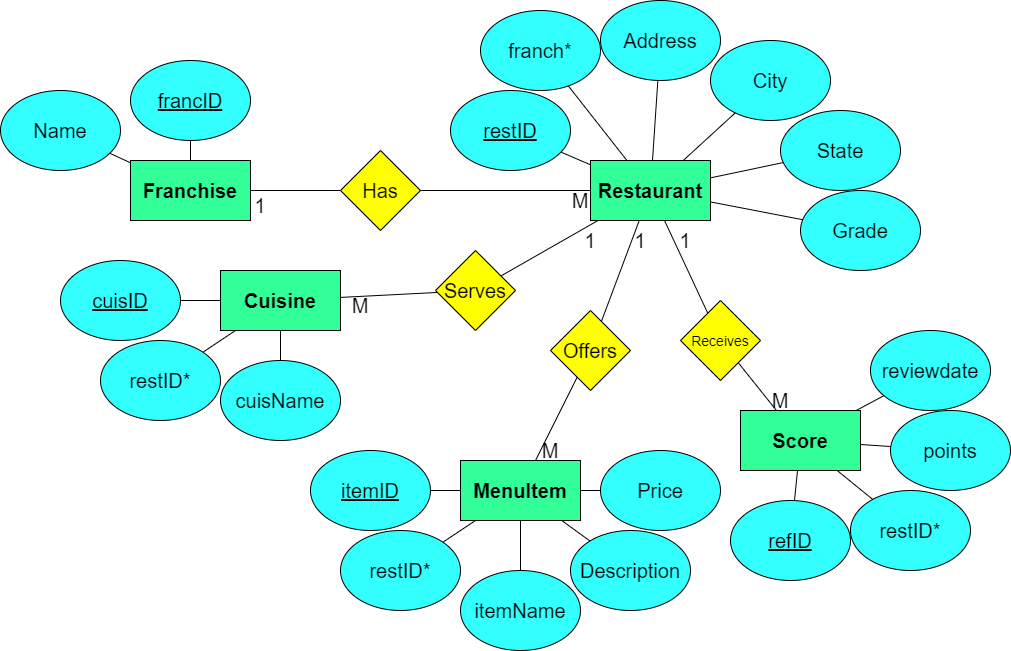
221024-NET/AkhilB keeps this draw.io diagram as 221024_batch/w9/2022_12_19_SQL/restaurants_erd.png. Above is the earlier version. Source tidied: cells renumbered, new cells last; positions are measured from the earlier drawing's top-left corner, leaving out a move shared by most shapes.
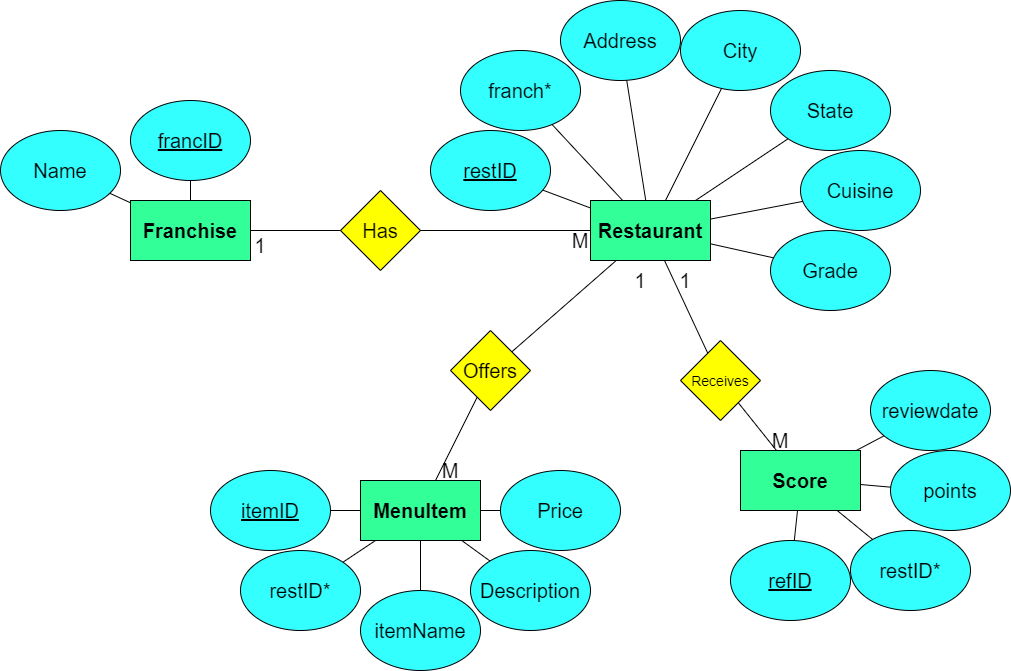
The same diagram one commit later.

The edit, as a diff of the source:
```diff
@@ -51,7 +51,7 @@
       <mxGeometry x="570" y="190" width="20" height="20" as="geometry" />
     </mxCell>
     <mxCell id="18" style="group;" parent="1" vertex="1">
-      <mxGeometry x="450" y="90" width="120" height="80" as="geometry" />
+      <mxGeometry x="430" y="90" width="120" height="80" as="geometry" />
     </mxCell>
     <mxCell id="19" style="ellipse;whiteSpace=wrap;html=1;fontSize=20;fillColor=#33FFFF;" parent="18" vertex="1">
       <mxGeometry width="120" height="80" as="geometry" />
@@ -60,7 +60,7 @@
       <mxGeometry x="10" y="20" width="100" height="40" as="geometry" />
     </mxCell>
     <mxCell id="21" style="group;" parent="1" vertex="1">
-      <mxGeometry x="480" y="10" width="120" height="80" as="geometry" />
+      <mxGeometry x="460" y="10" width="120" height="80" as="geometry" />
     </mxCell>
     <mxCell id="22" style="ellipse;whiteSpace=wrap;html=1;fontSize=20;fillColor=#33FFFF;" parent="21" vertex="1">
       <mxGeometry width="120" height="80" as="geometry" />
@@ -69,7 +69,7 @@
       <mxGeometry x="10" y="20" width="100" height="40" as="geometry" />
     </mxCell>
     <mxCell id="24" style="group;" parent="1" vertex="1">
-      <mxGeometry x="600" width="120" height="80" as="geometry" />
+      <mxGeometry x="560" y="-40" width="120" height="80" as="geometry" />
     </mxCell>
     <mxCell id="25" style="ellipse;whiteSpace=wrap;html=1;fontSize=20;fillColor=#33FFFF;" parent="24" vertex="1">
       <mxGeometry width="120" height="80" as="geometry" />
@@ -78,7 +78,7 @@
       <mxGeometry x="10" y="20" width="100" height="40" as="geometry" />
     </mxCell>
     <mxCell id="27" style="group;" parent="1" vertex="1">
-      <mxGeometry x="710" y="40" width="120" height="80" as="geometry" />
+      <mxGeometry x="680" y="-30" width="120" height="80" as="geometry" />
     </mxCell>
     <mxCell id="28" style="ellipse;whiteSpace=wrap;html=1;fontSize=20;fillColor=#33FFFF;" parent="27" vertex="1">
       <mxGeometry width="120" height="80" as="geometry" />
@@ -87,7 +87,7 @@
       <mxGeometry x="10" y="20" width="100" height="40" as="geometry" />
     </mxCell>
     <mxCell id="30" style="group;" parent="1" vertex="1">
-      <mxGeometry x="780" y="110" width="120" height="80" as="geometry" />
+      <mxGeometry x="770" y="30" width="120" height="80" as="geometry" />
     </mxCell>
     <mxCell id="31" style="ellipse;whiteSpace=wrap;html=1;fontSize=20;fillColor=#33FFFF;" parent="30" vertex="1">
       <mxGeometry width="120" height="80" as="geometry" />
@@ -96,7 +96,7 @@
       <mxGeometry x="10" y="20" width="100" height="40" as="geometry" />
     </mxCell>
     <mxCell id="33" style="group;" parent="1" vertex="1">
-      <mxGeometry x="800" y="190" width="120" height="80" as="geometry" />
+      <mxGeometry x="770" y="190" width="120" height="80" as="geometry" />
     </mxCell>
     <mxCell id="34" style="ellipse;whiteSpace=wrap;html=1;fontSize=20;fillColor=#33FFFF;" parent="33" vertex="1">
       <mxGeometry width="120" height="80" as="geometry" />
@@ -128,74 +128,8 @@
     <mxCell id="43" style="endArrow=none;html=1;rounded=0;fontSize=20;" parent="1" edge="1" source="3" target="6">
       <mxGeometry relative="1" as="geometry" />
     </mxCell>
-    <mxCell id="44" style="group;" parent="1" vertex="1">
-      <mxGeometry x="220" y="270" width="120" height="60" as="geometry" />
-    </mxCell>
-    <mxCell id="45" style="rounded=0;whiteSpace=wrap;html=1;" parent="44" vertex="1">
-      <mxGeometry width="120" height="60" as="geometry" />
-    </mxCell>
-    <mxCell id="46" value="&lt;b&gt;&lt;font style=&quot;font-size: 20px;&quot;&gt;Cuisine&lt;/font&gt;&lt;/b&gt;" style="text;html=1;strokeColor=none;fillColor=none;align=center;verticalAlign=middle;whiteSpace=wrap;rounded=0;" parent="44" vertex="1">
-      <mxGeometry x="10" y="10" width="100" height="40" as="geometry" />
-    </mxCell>
-    <mxCell id="47" style="group;" parent="1" vertex="1">
-      <mxGeometry x="435" y="250" width="80" height="80" as="geometry" />
-    </mxCell>
-    <mxCell id="48" style="rhombus;whiteSpace=wrap;html=1;fontSize=20;fillColor=#FFFF00;" parent="47" vertex="1">
-      <mxGeometry width="80" height="80" as="geometry" />
-    </mxCell>
-    <mxCell id="49" value="Serves" style="text;html=1;strokeColor=none;fillColor=none;align=center;verticalAlign=middle;whiteSpace=wrap;rounded=0;fontSize=20;" parent="47" vertex="1">
-      <mxGeometry x="10" y="25" width="60" height="30" as="geometry" />
-    </mxCell>
-    <mxCell id="50" style="endArrow=none;html=1;rounded=0;fontSize=20;" parent="1" edge="1" source="48" target="119">
-      <mxGeometry relative="1" as="geometry" />
-    </mxCell>
-    <mxCell id="51" style="endArrow=none;html=1;rounded=0;fontSize=20;" parent="1" edge="1" source="45" target="48">
-      <mxGeometry relative="1" as="geometry" />
-    </mxCell>
-    <mxCell id="52" value="1" style="text;html=1;strokeColor=none;fillColor=none;align=center;verticalAlign=middle;whiteSpace=wrap;rounded=0;fontSize=20;" parent="1" vertex="1">
-      <mxGeometry x="580" y="230" width="20" height="20" as="geometry" />
-    </mxCell>
-    <mxCell id="53" value="M" style="text;html=1;strokeColor=none;fillColor=none;align=center;verticalAlign=middle;whiteSpace=wrap;rounded=0;fontSize=20;" parent="1" vertex="1">
-      <mxGeometry x="350" y="290" width="20" height="30" as="geometry" />
-    </mxCell>
-    <mxCell id="54" style="group;fillColor=default;" parent="1" vertex="1">
-      <mxGeometry x="60" y="260" width="120" height="80" as="geometry" />
-    </mxCell>
-    <mxCell id="55" style="ellipse;whiteSpace=wrap;html=1;fontSize=20;fillColor=#33FFFF;" parent="54" vertex="1">
-      <mxGeometry width="120" height="80" as="geometry" />
-    </mxCell>
-    <mxCell id="56" value="&lt;u&gt;cuisID&lt;/u&gt;" style="text;html=1;strokeColor=none;fillColor=none;align=center;verticalAlign=middle;whiteSpace=wrap;rounded=0;fontSize=20;" parent="54" vertex="1">
-      <mxGeometry x="10" y="20" width="100" height="40" as="geometry" />
-    </mxCell>
-    <mxCell id="57" style="group;" parent="1" vertex="1">
-      <mxGeometry x="220" y="360" width="120" height="80" as="geometry" />
-    </mxCell>
-    <mxCell id="58" style="ellipse;whiteSpace=wrap;html=1;fontSize=20;fillColor=#33FFFF;" parent="57" vertex="1">
-      <mxGeometry width="120" height="80" as="geometry" />
-    </mxCell>
-    <mxCell id="59" value="cuisName" style="text;html=1;strokeColor=none;fillColor=none;align=center;verticalAlign=middle;whiteSpace=wrap;rounded=0;fontSize=20;" parent="57" vertex="1">
-      <mxGeometry x="10" y="20" width="100" height="40" as="geometry" />
-    </mxCell>
-    <mxCell id="60" style="group;" parent="1" vertex="1">
-      <mxGeometry x="100" y="340" width="120" height="80" as="geometry" />
-    </mxCell>
-    <mxCell id="61" style="ellipse;whiteSpace=wrap;html=1;fontSize=20;fillColor=#33FFFF;" parent="60" vertex="1">
-      <mxGeometry width="120" height="80" as="geometry" />
-    </mxCell>
-    <mxCell id="62" value="restID*" style="text;html=1;strokeColor=none;fillColor=none;align=center;verticalAlign=middle;whiteSpace=wrap;rounded=0;fontSize=20;" parent="60" vertex="1">
-      <mxGeometry x="10" y="20" width="100" height="40" as="geometry" />
-    </mxCell>
-    <mxCell id="63" style="endArrow=none;html=1;rounded=0;fontSize=20;" parent="1" edge="1" source="55" target="45">
-      <mxGeometry relative="1" as="geometry" />
-    </mxCell>
-    <mxCell id="64" style="endArrow=none;html=1;rounded=0;fontSize=20;" parent="1" edge="1" source="45" target="61">
-      <mxGeometry relative="1" as="geometry" />
-    </mxCell>
-    <mxCell id="65" style="endArrow=none;html=1;rounded=0;fontSize=20;" parent="1" edge="1" source="58" target="45">
-      <mxGeometry relative="1" as="geometry" />
-    </mxCell>
     <mxCell id="66" style="group;" parent="1" vertex="1">
-      <mxGeometry x="550" y="310" width="80" height="80" as="geometry" />
+      <mxGeometry x="450" y="290" width="80" height="80" as="geometry" />
     </mxCell>
     <mxCell id="67" style="rhombus;whiteSpace=wrap;html=1;fontSize=20;fillColor=#FFFF00;" parent="66" vertex="1">
       <mxGeometry width="80" height="80" as="geometry" />
@@ -213,10 +147,10 @@
       <mxGeometry x="630" y="230" width="20" height="20" as="geometry" />
     </mxCell>
     <mxCell id="72" value="M" style="text;html=1;strokeColor=none;fillColor=none;align=center;verticalAlign=middle;whiteSpace=wrap;rounded=0;fontSize=20;" parent="1" vertex="1">
-      <mxGeometry x="540" y="440" width="20" height="20" as="geometry" />
+      <mxGeometry x="440" y="420" width="20" height="20" as="geometry" />
     </mxCell>
     <mxCell id="73" style="group;" parent="1" vertex="1">
-      <mxGeometry x="310" y="450" width="120" height="80" as="geometry" />
+      <mxGeometry x="210" y="430" width="120" height="80" as="geometry" />
     </mxCell>
     <mxCell id="74" style="ellipse;whiteSpace=wrap;html=1;fontSize=20;fillColor=#33FFFF;" parent="73" vertex="1">
       <mxGeometry width="120" height="80" as="geometry" />
@@ -225,7 +159,7 @@
       <mxGeometry x="10" y="20" width="100" height="40" as="geometry" />
     </mxCell>
     <mxCell id="76" style="group;" parent="1" vertex="1">
-      <mxGeometry x="460" y="570" width="120" height="80" as="geometry" />
+      <mxGeometry x="360" y="550" width="120" height="80" as="geometry" />
     </mxCell>
     <mxCell id="77" style="ellipse;whiteSpace=wrap;html=1;fontSize=20;fillColor=#33FFFF;" parent="76" vertex="1">
       <mxGeometry width="120" height="80" as="geometry" />
@@ -234,7 +168,7 @@
       <mxGeometry x="10" y="20" width="100" height="40" as="geometry" />
     </mxCell>
     <mxCell id="79" style="group;" parent="1" vertex="1">
-      <mxGeometry x="340" y="530" width="120" height="80" as="geometry" />
+      <mxGeometry x="240" y="510" width="120" height="80" as="geometry" />
     </mxCell>
     <mxCell id="80" style="ellipse;whiteSpace=wrap;html=1;fontSize=20;fillColor=#33FFFF;" parent="79" vertex="1">
       <mxGeometry width="120" height="80" as="geometry" />
@@ -243,7 +177,7 @@
       <mxGeometry x="10" y="20" width="100" height="40" as="geometry" />
     </mxCell>
     <mxCell id="82" style="group;" parent="1" vertex="1">
-      <mxGeometry x="570" y="530" width="120" height="80" as="geometry" />
+      <mxGeometry x="470" y="510" width="120" height="80" as="geometry" />
     </mxCell>
     <mxCell id="83" style="ellipse;whiteSpace=wrap;html=1;fontSize=20;fillColor=#33FFFF;" parent="82" vertex="1">
       <mxGeometry width="120" height="80" as="geometry" />
@@ -252,7 +186,7 @@
       <mxGeometry x="10" y="20" width="100" height="40" as="geometry" />
     </mxCell>
     <mxCell id="85" style="group;" parent="1" vertex="1">
-      <mxGeometry x="600" y="450" width="120" height="80" as="geometry" />
+      <mxGeometry x="500" y="430" width="120" height="80" as="geometry" />
     </mxCell>
     <mxCell id="86" style="ellipse;whiteSpace=wrap;html=1;fontSize=20;fillColor=#33FFFF;" parent="85" vertex="1">
       <mxGeometry width="120" height="80" as="geometry" />
@@ -332,24 +266,6 @@
     <mxCell id="111" value="M" style="text;html=1;strokeColor=none;fillColor=none;align=center;verticalAlign=middle;whiteSpace=wrap;rounded=0;fontSize=20;" parent="1" vertex="1">
       <mxGeometry x="770" y="390" width="20" height="20" as="geometry" />
     </mxCell>
-    <mxCell id="112" style="group;" parent="1" vertex="1">
-      <mxGeometry x="220" y="270" width="120" height="60" as="geometry" />
-    </mxCell>
-    <mxCell id="113" style="rounded=0;whiteSpace=wrap;html=1;" parent="112" vertex="1">
-      <mxGeometry width="120" height="60" as="geometry" />
-    </mxCell>
-    <mxCell id="114" value="&lt;b&gt;&lt;font style=&quot;font-size: 20px;&quot;&gt;Cuisine&lt;/font&gt;&lt;/b&gt;" style="text;html=1;strokeColor=none;fillColor=none;align=center;verticalAlign=middle;whiteSpace=wrap;rounded=0;" parent="112" vertex="1">
-      <mxGeometry x="10" y="10" width="100" height="40" as="geometry" />
-    </mxCell>
-    <mxCell id="115" style="group;fillColor=#33FF99;" parent="1" vertex="1">
-      <mxGeometry x="220" y="270" width="120" height="60" as="geometry" />
-    </mxCell>
-    <mxCell id="116" style="rounded=0;whiteSpace=wrap;html=1;fillColor=#33FF99;" parent="115" vertex="1">
-      <mxGeometry width="120" height="60" as="geometry" />
-    </mxCell>
-    <mxCell id="117" value="&lt;b&gt;&lt;font style=&quot;font-size: 20px;&quot;&gt;Cuisine&lt;/font&gt;&lt;/b&gt;" style="text;html=1;strokeColor=none;fillColor=none;align=center;verticalAlign=middle;whiteSpace=wrap;rounded=0;" parent="115" vertex="1">
-      <mxGeometry x="10" y="10" width="100" height="40" as="geometry" />
-    </mxCell>
     <mxCell id="118" style="group;" parent="1" vertex="1">
       <mxGeometry x="590" y="160" width="120" height="60" as="geometry" />
     </mxCell>
@@ -369,7 +285,7 @@
       <mxGeometry x="10" y="10" width="100" height="40" as="geometry" />
     </mxCell>
     <mxCell id="124" style="group;" parent="1" vertex="1">
-      <mxGeometry x="460" y="460" width="120" height="60" as="geometry" />
+      <mxGeometry x="360" y="440" width="120" height="60" as="geometry" />
     </mxCell>
     <mxCell id="125" style="rounded=0;whiteSpace=wrap;html=1;fillColor=#33FF99;" parent="124" vertex="1">
       <mxGeometry width="120" height="60" as="geometry" />
@@ -389,5 +305,17 @@
     <mxCell id="130" style="endArrow=none;html=1;rounded=0;fontSize=14;fontColor=#33FF99;" parent="1" edge="1" source="128" target="122">
       <mxGeometry relative="1" as="geometry" />
     </mxCell>
+    <mxCell id="131" style="group;" parent="1" vertex="1">
+      <mxGeometry x="800" y="110" width="120" height="80" as="geometry" />
+    </mxCell>
+    <mxCell id="132" style="ellipse;whiteSpace=wrap;html=1;fontSize=20;fillColor=#33FFFF;" parent="131" vertex="1">
+      <mxGeometry width="120" height="80" as="geometry" />
+    </mxCell>
+    <mxCell id="133" value="Cuisine" style="text;html=1;strokeColor=none;fillColor=none;align=center;verticalAlign=middle;whiteSpace=wrap;rounded=0;fontSize=20;" parent="131" vertex="1">
+      <mxGeometry x="10" y="20" width="100" height="40" as="geometry" />
+    </mxCell>
+    <mxCell id="134" style="endArrow=none;html=1;rounded=0;" parent="1" edge="1" source="132" target="119">
+      <mxGeometry relative="1" as="geometry" />
+    </mxCell>
   </root>
 </mxGraphModel>
```
